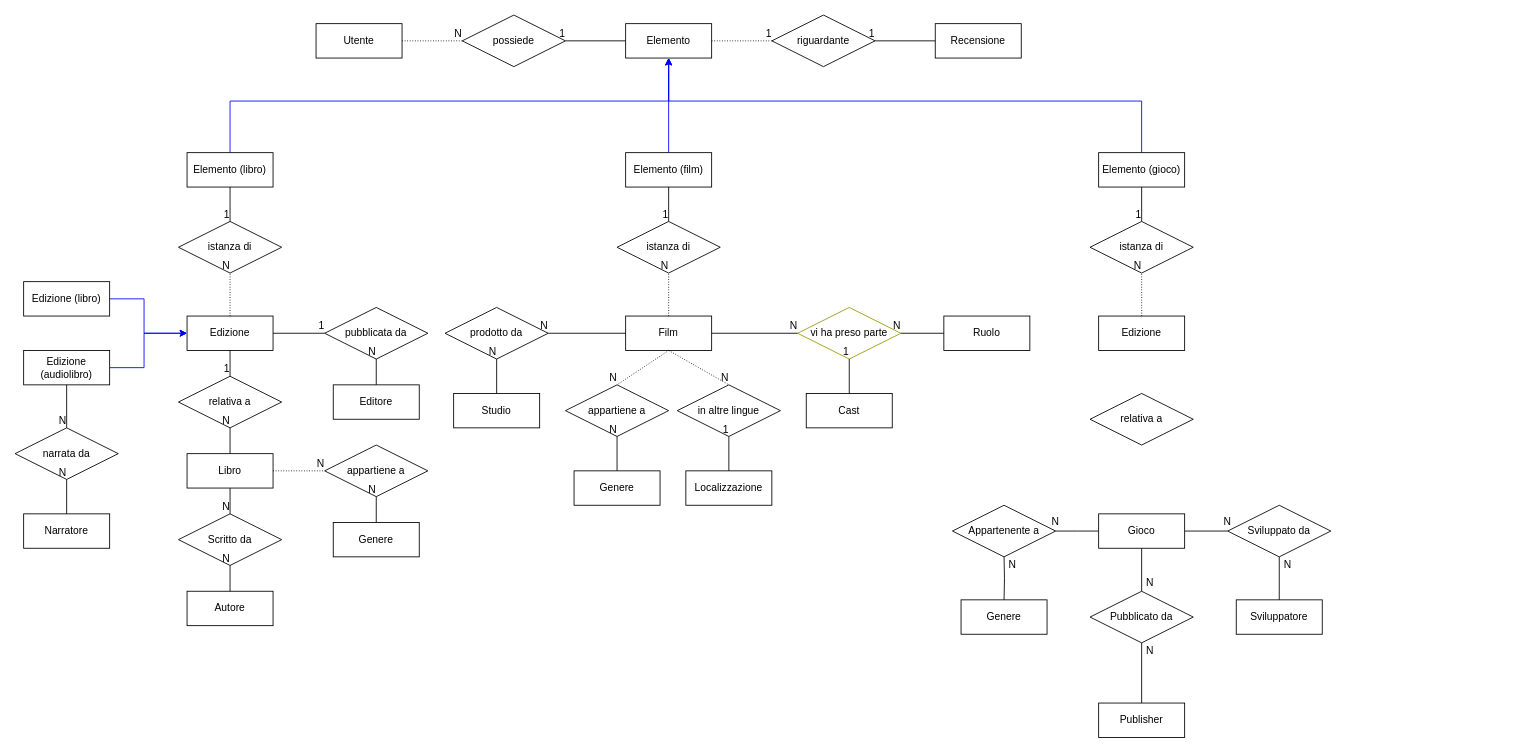
Before: schema-scheletro.drawio in Steffo99/unimore-bdd-2020-alexandria, a draw.io diagram. Source tidied: cells renumbered, new cells numbered last; positions are measured from the earlier drawing's top-left corner, leaving out a move shared by most shapes. Both pictures are drawn from the tidied source at 86%, with x=0, y=0 at pixel (15, 15).
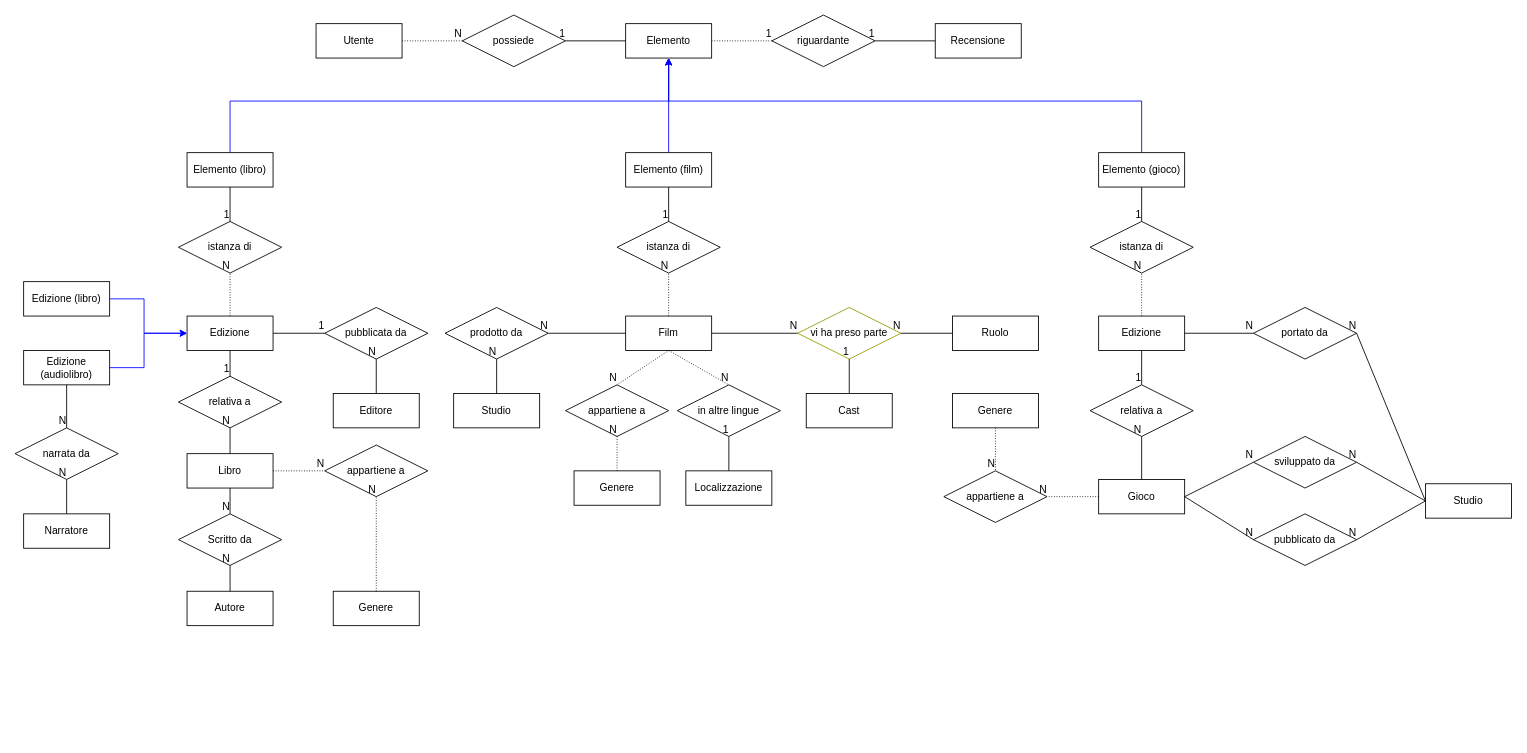
After the change.

Commit message:
Completa lo schema scheletro (da revisionare!)

Unchanged cells that the change refers to:
```xml
<mxCell id="55" value="Edizione" style="whiteSpace=wrap;html=1;align=center;" parent="1" vertex="1">
  <mxGeometry x="1260" y="350" width="100" height="40" as="geometry" />
</mxCell>
<mxCell id="70" value="Genere" style="whiteSpace=wrap;html=1;align=center;" parent="1" vertex="1">
  <mxGeometry x="650" y="530" width="100" height="40" as="geometry" />
</mxCell>
<mxCell id="83" value="appartiene a" style="shape=rhombus;perimeter=rhombusPerimeter;whiteSpace=wrap;html=1;align=center;" parent="1" vertex="1">
  <mxGeometry x="640" y="430" width="120" height="60" as="geometry" />
</mxCell>
<mxCell id="100" value="appartiene a" style="shape=rhombus;perimeter=rhombusPerimeter;whiteSpace=wrap;html=1;align=center;" parent="1" vertex="1">
  <mxGeometry x="360" y="500" width="120" height="60" as="geometry" />
</mxCell>
```

What changed in the source:
```diff
@@
     <mxCell id="44" value="Editore" style="whiteSpace=wrap;html=1;align=center;" parent="1" vertex="1">
-      <mxGeometry x="370" y="430" width="100" height="40" as="geometry" />
+      <mxGeometry x="370" y="440" width="100" height="40" as="geometry" />
     </mxCell>
@@
     <mxCell id="56" value="Genere" style="whiteSpace=wrap;html=1;align=center;" parent="1" vertex="1">
-      <mxGeometry x="1100" y="680" width="100" height="40" as="geometry" />
+      <mxGeometry x="1090" y="440" width="100" height="40" as="geometry" />
     </mxCell>
-    <mxCell id="57" value="Publisher" style="whiteSpace=wrap;html=1;align=center;" parent="1" vertex="1">
-      <mxGeometry x="1260" y="800" width="100" height="40" as="geometry" />
-    </mxCell>
-    <mxCell id="58" value="Sviluppatore" style="whiteSpace=wrap;html=1;align=center;" parent="1" vertex="1">
-      <mxGeometry x="1420" y="680" width="100" height="40" as="geometry" />
-    </mxCell>
-    <mxCell id="59" style="edgeStyle=orthogonalEdgeStyle;rounded=0;jettySize=auto;html=1;exitX=0.5;exitY=1;exitDx=0;exitDy=0;entryX=0.5;entryY=0;entryDx=0;entryDy=0;startArrow=none;startFill=0;endArrow=none;endFill=0;strokeColor=#000000;" parent="1" edge="1" source="60" target="57">
-      <mxGeometry relative="1" as="geometry" />
-    </mxCell>
-    <mxCell id="60" value="Pubblicato da" style="shape=rhombus;perimeter=rhombusPerimeter;whiteSpace=wrap;html=1;align=center;" parent="1" vertex="1">
-      <mxGeometry x="1250" y="670" width="120" height="60" as="geometry" />
+    <mxCell id="60" value="pubblicato da" style="shape=rhombus;perimeter=rhombusPerimeter;whiteSpace=wrap;html=1;align=center;" parent="1" vertex="1">
+      <mxGeometry x="1440" y="580" width="120" height="60" as="geometry" />
     </mxCell>
-    <mxCell id="61" style="edgeStyle=orthogonalEdgeStyle;rounded=0;jettySize=auto;html=1;exitX=0.5;exitY=1;exitDx=0;exitDy=0;entryX=0.5;entryY=0;entryDx=0;entryDy=0;startArrow=none;startFill=0;endArrow=none;endFill=0;strokeColor=#000000;" parent="1" edge="1" target="56">
-      <mxGeometry relative="1" as="geometry">
-        <mxPoint x="1150" y="630" as="sourcePoint" />
-      </mxGeometry>
-    </mxCell>
-    <mxCell id="62" value="Appartenente a" style="shape=rhombus;perimeter=rhombusPerimeter;whiteSpace=wrap;html=1;align=center;" parent="1" vertex="1">
-      <mxGeometry x="1090" y="570" width="120" height="60" as="geometry" />
+    <mxCell id="62" value="appartiene a" style="shape=rhombus;perimeter=rhombusPerimeter;whiteSpace=wrap;html=1;align=center;" parent="1" vertex="1">
+      <mxGeometry x="1080" y="530" width="120" height="60" as="geometry" />
     </mxCell>
-    <mxCell id="63" style="edgeStyle=orthogonalEdgeStyle;rounded=0;jettySize=auto;html=1;exitX=0.5;exitY=1;exitDx=0;exitDy=0;entryX=0.5;entryY=0;entryDx=0;entryDy=0;startArrow=none;startFill=0;endArrow=none;endFill=0;strokeColor=#000000;" parent="1" edge="1" source="64" target="58">
-      <mxGeometry relative="1" as="geometry" />
-    </mxCell>
-    <mxCell id="64" value="Sviluppato da" style="shape=rhombus;perimeter=rhombusPerimeter;whiteSpace=wrap;html=1;align=center;" parent="1" vertex="1">
-      <mxGeometry x="1410" y="570" width="120" height="60" as="geometry" />
+    <mxCell id="64" value="&lt;div&gt;sviluppato da&lt;/div&gt;" style="shape=rhombus;perimeter=rhombusPerimeter;whiteSpace=wrap;html=1;align=center;" parent="1" vertex="1">
+      <mxGeometry x="1440" y="490" width="120" height="60" as="geometry" />
     </mxCell>
@@
     <mxCell id="68" value="Ruolo" style="whiteSpace=wrap;html=1;align=center;" parent="1" vertex="1">
-      <mxGeometry x="1080" y="350" width="100" height="40" as="geometry" />
+      <mxGeometry x="1090" y="350" width="100" height="40" as="geometry" />
     </mxCell>
@@
-    <mxCell id="72" style="edgeStyle=orthogonalEdgeStyle;rounded=0;jettySize=auto;html=1;exitX=0;exitY=0.5;exitDx=0;exitDy=0;entryX=1;entryY=0.5;entryDx=0;entryDy=0;startArrow=none;startFill=0;endArrow=none;endFill=0;strokeColor=#000000;" parent="1" edge="1" source="75">
-      <mxGeometry relative="1" as="geometry">
-        <mxPoint x="1210" y="600" as="targetPoint" />
-      </mxGeometry>
-    </mxCell>
-    <mxCell id="73" style="edgeStyle=orthogonalEdgeStyle;rounded=0;jettySize=auto;html=1;exitX=0.5;exitY=1;exitDx=0;exitDy=0;entryX=0.5;entryY=0;entryDx=0;entryDy=0;startArrow=none;startFill=0;endArrow=none;endFill=0;strokeColor=#000000;" parent="1" edge="1" source="75" target="60">
-      <mxGeometry relative="1" as="geometry" />
-    </mxCell>
-    <mxCell id="74" style="edgeStyle=orthogonalEdgeStyle;rounded=0;jettySize=auto;html=1;exitX=1;exitY=0.5;exitDx=0;exitDy=0;entryX=0;entryY=0.5;entryDx=0;entryDy=0;startArrow=none;startFill=0;endArrow=none;endFill=0;strokeColor=#000000;" parent="1" edge="1" source="75" target="64">
-      <mxGeometry relative="1" as="geometry" />
-    </mxCell>
     <mxCell id="75" value="Gioco" style="whiteSpace=wrap;html=1;align=center;" parent="1" vertex="1">
-      <mxGeometry x="1260" y="580" width="100" height="40" as="geometry" />
+      <mxGeometry x="1260" y="540" width="100" height="40" as="geometry" />
     </mxCell>
     <mxCell id="76" value="relativa a" style="shape=rhombus;perimeter=rhombusPerimeter;whiteSpace=wrap;html=1;align=center;" parent="1" vertex="1">
-      <mxGeometry x="1250" y="440" width="120" height="60" as="geometry" />
+      <mxGeometry x="1250" y="430" width="120" height="60" as="geometry" />
     </mxCell>
-    <mxCell id="77" value="N" style="text;html=1;strokeColor=none;fillColor=none;align=center;verticalAlign=middle;whiteSpace=wrap;rounded=0;" parent="1" vertex="1">
-      <mxGeometry x="1460" y="630" width="40" height="20" as="geometry" />
-    </mxCell>
-    <mxCell id="78" value="N" style="text;html=1;strokeColor=none;fillColor=none;align=center;verticalAlign=middle;whiteSpace=wrap;rounded=0;" parent="1" vertex="1">
-      <mxGeometry x="1390" y="580" width="40" height="20" as="geometry" />
-    </mxCell>
-    <mxCell id="79" value="N" style="text;html=1;strokeColor=none;fillColor=none;align=center;verticalAlign=middle;whiteSpace=wrap;rounded=0;" parent="1" vertex="1">
-      <mxGeometry x="1300" y="730" width="40" height="20" as="geometry" />
-    </mxCell>
-    <mxCell id="80" value="N" style="text;html=1;strokeColor=none;fillColor=none;align=center;verticalAlign=middle;whiteSpace=wrap;rounded=0;" parent="1" vertex="1">
-      <mxGeometry x="1300" y="650" width="40" height="20" as="geometry" />
-    </mxCell>
-    <mxCell id="81" value="N" style="text;html=1;strokeColor=none;fillColor=none;align=center;verticalAlign=middle;whiteSpace=wrap;rounded=0;" parent="1" vertex="1">
-      <mxGeometry x="1140" y="630" width="40" height="20" as="geometry" />
-    </mxCell>
-    <mxCell id="82" value="N" style="text;html=1;strokeColor=none;fillColor=none;align=center;verticalAlign=middle;whiteSpace=wrap;rounded=0;" parent="1" vertex="1">
-      <mxGeometry x="1190" y="580" width="40" height="20" as="geometry" />
-    </mxCell>
@@
-    <mxCell id="96" style="endArrow=none;html=1;rounded=0;entryX=0.5;entryY=1;entryDx=0;entryDy=0;exitX=0.5;exitY=0;exitDx=0;exitDy=0;" parent="1" edge="1" source="70" target="83">
-      <mxGeometry relative="1" as="geometry" />
-    </mxCell>
-    <mxCell id="97" value="N" style="html=1;align=right;verticalAlign=bottom;" parent="96" vertex="1">
-      <mxGeometry x="1" relative="1" as="geometry" />
-    </mxCell>
@@
     <mxCell id="99" value="Genere" style="whiteSpace=wrap;html=1;align=center;" parent="1" vertex="1">
-      <mxGeometry x="370" y="590" width="100" height="40" as="geometry" />
+      <mxGeometry x="370" y="670" width="100" height="40" as="geometry" />
     </mxCell>
@@
-    <mxCell id="103" style="endArrow=none;html=1;rounded=0;entryX=0.5;entryY=1;entryDx=0;entryDy=0;exitX=0.5;exitY=0;exitDx=0;exitDy=0;" parent="1" edge="1" source="99" target="100">
-      <mxGeometry relative="1" as="geometry" />
-    </mxCell>
-    <mxCell id="104" value="N" style="html=1;align=right;verticalAlign=bottom;" parent="103" vertex="1">
-      <mxGeometry x="1" relative="1" as="geometry" />
-    </mxCell>
@@
+    <mxCell id="120" style="endArrow=none;html=1;rounded=0;entryX=0.5;entryY=0;entryDx=0;entryDy=0;exitX=0.5;exitY=1;exitDx=0;exitDy=0;" parent="1" edge="1" source="55" target="76">
+      <mxGeometry relative="1" as="geometry" />
+    </mxCell>
+    <mxCell id="121" value="1" style="html=1;align=right;verticalAlign=bottom;" parent="120" vertex="1">
+      <mxGeometry x="1" relative="1" as="geometry" />
+    </mxCell>
+    <mxCell id="122" style="endArrow=none;html=1;rounded=0;entryX=0.5;entryY=1;entryDx=0;entryDy=0;exitX=0.5;exitY=0;exitDx=0;exitDy=0;" parent="1" edge="1" source="75" target="76">
+      <mxGeometry relative="1" as="geometry" />
+    </mxCell>
+    <mxCell id="123" value="N" style="html=1;align=right;verticalAlign=bottom;" parent="122" vertex="1">
+      <mxGeometry x="1" relative="1" as="geometry" />
+    </mxCell>
+    <mxCell id="74" style="endArrow=none;html=1;rounded=0;entryX=0;entryY=0.5;entryDx=0;entryDy=0;exitX=1;exitY=0.5;exitDx=0;exitDy=0;" parent="1" edge="1" source="75" target="64">
+      <mxGeometry relative="1" as="geometry" />
+    </mxCell>
+    <mxCell id="124" value="N" style="html=1;align=right;verticalAlign=bottom;" parent="74" vertex="1">
+      <mxGeometry x="1" relative="1" as="geometry" />
+    </mxCell>
+    <mxCell id="73" style="endArrow=none;html=1;rounded=0;entryX=0;entryY=0.5;entryDx=0;entryDy=0;exitX=1;exitY=0.5;exitDx=0;exitDy=0;" parent="1" edge="1" source="75" target="60">
+      <mxGeometry relative="1" as="geometry" />
+    </mxCell>
+    <mxCell id="125" value="N" style="html=1;align=right;verticalAlign=bottom;" parent="73" vertex="1">
+      <mxGeometry x="1" relative="1" as="geometry" />
+    </mxCell>
+    <mxCell id="126" value="portato da" style="shape=rhombus;perimeter=rhombusPerimeter;whiteSpace=wrap;html=1;align=center;strokeColor=#000000;" parent="1" vertex="1">
+      <mxGeometry x="1440" y="340" width="120" height="60" as="geometry" />
+    </mxCell>
+    <mxCell id="127" style="endArrow=none;html=1;rounded=0;entryX=0;entryY=0.5;entryDx=0;entryDy=0;exitX=1;exitY=0.5;exitDx=0;exitDy=0;" parent="1" edge="1" source="55" target="126">
+      <mxGeometry relative="1" as="geometry" />
+    </mxCell>
+    <mxCell id="128" value="N" style="html=1;align=right;verticalAlign=bottom;" parent="127" vertex="1">
+      <mxGeometry x="1" relative="1" as="geometry" />
+    </mxCell>
+    <mxCell id="129" value="Studio" style="whiteSpace=wrap;html=1;align=center;strokeColor=#000000;" parent="1" vertex="1">
+      <mxGeometry x="1640" y="545" width="100" height="40" as="geometry" />
+    </mxCell>
+    <mxCell id="130" style="endArrow=none;html=1;rounded=0;entryX=1;entryY=0.5;entryDx=0;entryDy=0;exitX=0;exitY=0.5;exitDx=0;exitDy=0;" parent="1" edge="1" source="129" target="126">
+      <mxGeometry relative="1" as="geometry" />
+    </mxCell>
+    <mxCell id="131" value="N" style="html=1;align=right;verticalAlign=bottom;" parent="130" vertex="1">
+      <mxGeometry x="1" relative="1" as="geometry" />
+    </mxCell>
+    <mxCell id="132" style="endArrow=none;html=1;rounded=0;entryX=1;entryY=0.5;entryDx=0;entryDy=0;exitX=0;exitY=0.5;exitDx=0;exitDy=0;" parent="1" edge="1" source="129" target="64">
+      <mxGeometry relative="1" as="geometry" />
+    </mxCell>
+    <mxCell id="133" value="N" style="html=1;align=right;verticalAlign=bottom;" parent="132" vertex="1">
+      <mxGeometry x="1" relative="1" as="geometry" />
+    </mxCell>
+    <mxCell id="134" style="endArrow=none;html=1;rounded=0;entryX=1;entryY=0.5;entryDx=0;entryDy=0;exitX=0;exitY=0.5;exitDx=0;exitDy=0;" parent="1" edge="1" source="129" target="60">
+      <mxGeometry relative="1" as="geometry" />
+    </mxCell>
+    <mxCell id="135" value="N" style="html=1;align=right;verticalAlign=bottom;" parent="134" vertex="1">
+      <mxGeometry x="1" relative="1" as="geometry" />
+    </mxCell>
+    <mxCell id="136" style="endArrow=none;html=1;rounded=0;dashed=1;dashPattern=1 2;entryX=1;entryY=0.5;entryDx=0;entryDy=0;exitX=0;exitY=0.5;exitDx=0;exitDy=0;" parent="1" edge="1" source="75" target="62">
+      <mxGeometry relative="1" as="geometry" />
+    </mxCell>
+    <mxCell id="137" value="N" style="html=1;align=right;verticalAlign=bottom;" parent="136" vertex="1">
+      <mxGeometry x="1" relative="1" as="geometry" />
+    </mxCell>
+    <mxCell id="96" style="endArrow=none;html=1;rounded=0;dashed=1;dashPattern=1 2;entryX=0.5;entryY=1;entryDx=0;entryDy=0;exitX=0.5;exitY=0;exitDx=0;exitDy=0;" parent="1" edge="1" source="70" target="83">
+      <mxGeometry relative="1" as="geometry" />
+    </mxCell>
+    <mxCell id="138" value="N" style="html=1;align=right;verticalAlign=bottom;" parent="96" vertex="1">
+      <mxGeometry x="1" relative="1" as="geometry" />
+    </mxCell>
+    <mxCell id="103" style="endArrow=none;html=1;rounded=0;dashed=1;dashPattern=1 2;exitX=0.5;exitY=0;exitDx=0;exitDy=0;entryX=0.5;entryY=1;entryDx=0;entryDy=0;" parent="1" edge="1" source="99" target="100">
+      <mxGeometry relative="1" as="geometry" />
+    </mxCell>
+    <mxCell id="139" value="N" style="html=1;align=right;verticalAlign=bottom;" parent="103" vertex="1">
+      <mxGeometry x="1" relative="1" as="geometry" />
+    </mxCell>
+    <mxCell id="140" style="endArrow=none;html=1;rounded=0;dashed=1;dashPattern=1 2;entryX=0.5;entryY=0;entryDx=0;entryDy=0;exitX=0.5;exitY=1;exitDx=0;exitDy=0;" parent="1" edge="1" source="56" target="62">
+      <mxGeometry relative="1" as="geometry" />
+    </mxCell>
+    <mxCell id="141" value="N" style="html=1;align=right;verticalAlign=bottom;" parent="140" vertex="1">
+      <mxGeometry x="1" relative="1" as="geometry" />
+    </mxCell>
```
